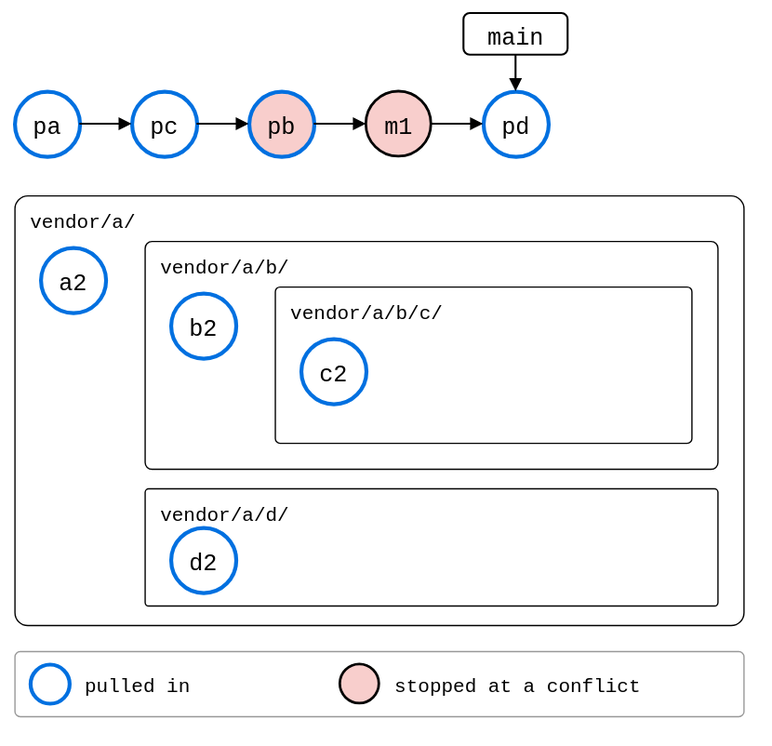
Before: docs/09-scenarios/05-nested-splices/05-recursive-pull/rebased-today.drawio.svg, a diagram exported from draw.io (roschaefer/git-splice). Source tidied: cells renumbered, new cells last; positions are measured from the earlier drawing's top-left corner, leaving out a move shared by most shapes.
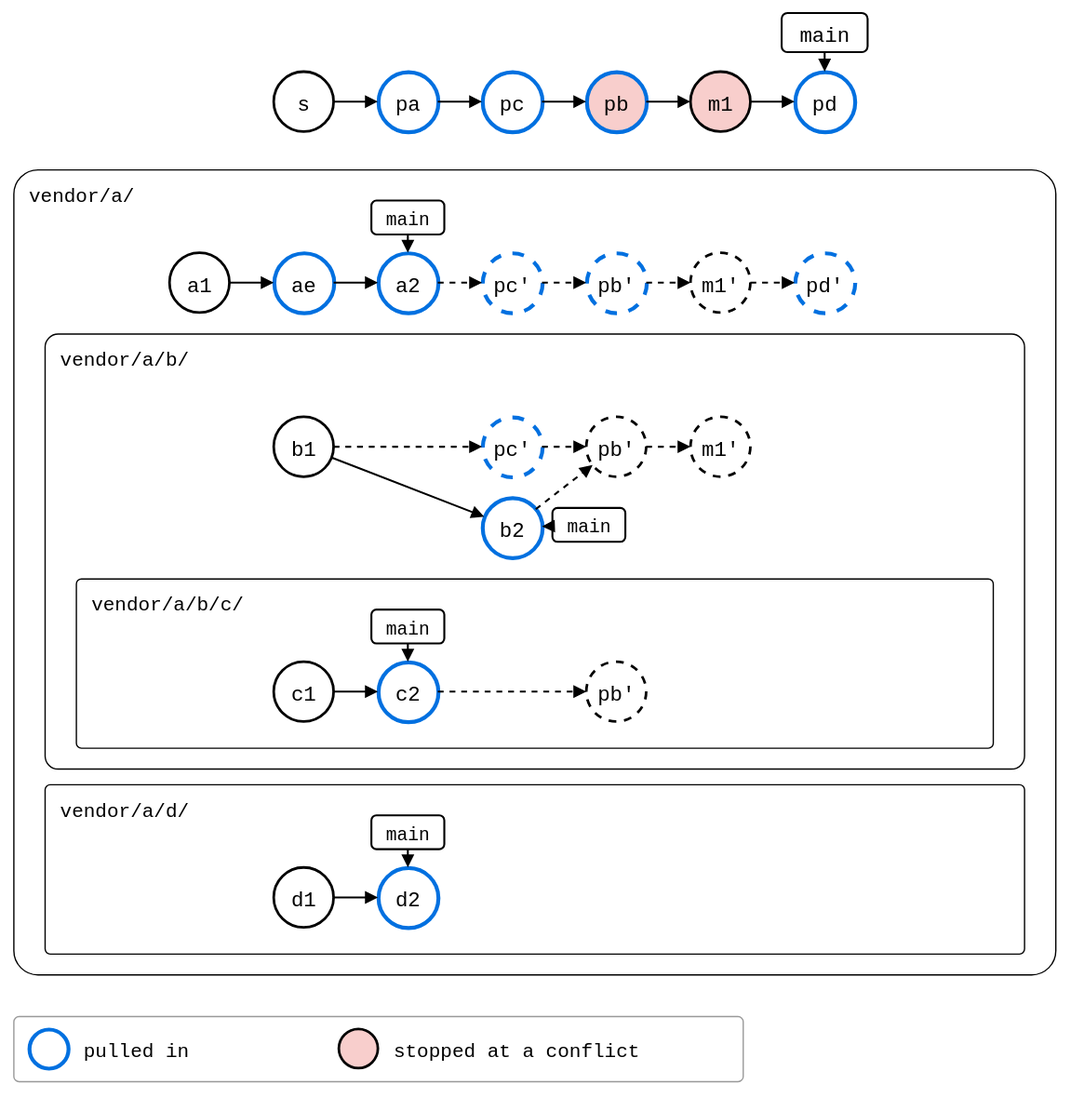
The same file after the commit.

Diff of the diagram source:
```diff
@@ -2,65 +2,176 @@
   <root>
     <mxCell id="0" />
     <mxCell id="1" parent="0" />
+    <mxCell id="13" value="vendor/a/" style="rounded=1;arcSize=3;fillColor=none;strokeWidth=1;fontSize=15;verticalAlign=top;align=left;spacingLeft=10;spacingTop=4;fontFamily=Roboto Mono,monospace;" parent="1" vertex="1">
+      <mxGeometry y="125" width="800" height="618" as="geometry" />
+    </mxCell>
+    <mxCell id="19" value="vendor/a/d/" style="rounded=1;arcSize=3;fillColor=none;strokeWidth=1;fontSize=15;verticalAlign=top;align=left;spacingLeft=10;spacingTop=4;fontFamily=Roboto Mono,monospace;" parent="1" vertex="1">
+      <mxGeometry x="24" y="597" width="752" height="130" as="geometry" />
+    </mxCell>
+    <mxCell id="15" value="vendor/a/b/" style="rounded=1;arcSize=3;fillColor=none;strokeWidth=1;fontSize=15;verticalAlign=top;align=left;spacingLeft=10;spacingTop=4;fontFamily=Roboto Mono,monospace;" parent="1" vertex="1">
+      <mxGeometry x="24" y="251" width="752" height="334" as="geometry" />
+    </mxCell>
+    <mxCell id="17" value="vendor/a/b/c/" style="rounded=1;arcSize=3;fillColor=none;strokeWidth=1;fontSize=15;verticalAlign=top;align=left;spacingLeft=10;spacingTop=4;fontFamily=Roboto Mono,monospace;" parent="1" vertex="1">
+      <mxGeometry x="48" y="439" width="704" height="130" as="geometry" />
+    </mxCell>
+    <mxCell id="26" value="s" style="ellipse;strokeWidth=2;fontSize=16;fontFamily=Roboto Mono,monospace;" parent="1" vertex="1">
+      <mxGeometry x="200" y="50" width="46" height="46" as="geometry" />
+    </mxCell>
-    <mxCell id="2" value="pa" style="ellipse;strokeWidth=2;fontSize=18;fontFamily=Roboto Mono,monospace;strokeColor=#0070E0;strokeWidth=3;" parent="1" vertex="1">
-      <mxGeometry y="60" width="50" height="50" as="geometry" />
+    <mxCell id="2" value="pa" style="ellipse;strokeWidth=2;fontSize=16;fontFamily=Roboto Mono,monospace;strokeColor=#0070E0;strokeWidth=3;" parent="1" vertex="1">
+      <mxGeometry x="280" y="50" width="46" height="46" as="geometry" />
     </mxCell>
-    <mxCell id="3" value="pc" style="ellipse;strokeWidth=2;fontSize=18;fontFamily=Roboto Mono,monospace;strokeColor=#0070E0;strokeWidth=3;" parent="1" vertex="1">
-      <mxGeometry x="90" y="60" width="50" height="50" as="geometry" />
+    <mxCell id="3" value="pc" style="ellipse;strokeWidth=2;fontSize=16;fontFamily=Roboto Mono,monospace;strokeColor=#0070E0;strokeWidth=3;" parent="1" vertex="1">
+      <mxGeometry x="360" y="50" width="46" height="46" as="geometry" />
     </mxCell>
+    <mxCell id="5" value="pb" style="ellipse;strokeWidth=2;fontSize=16;fontFamily=Roboto Mono,monospace;strokeColor=#0070E0;strokeWidth=3;fillColor=#F8CECC;" parent="1" vertex="1">
+      <mxGeometry x="440" y="50" width="46" height="46" as="geometry" />
+    </mxCell>
+    <mxCell id="7" value="m1" style="ellipse;strokeWidth=2;fontSize=16;fontFamily=Roboto Mono,monospace;fillColor=#F8CECC;" parent="1" vertex="1">
+      <mxGeometry x="520" y="50" width="46" height="46" as="geometry" />
+    </mxCell>
+    <mxCell id="9" value="pd" style="ellipse;strokeWidth=2;fontSize=16;fontFamily=Roboto Mono,monospace;strokeColor=#0070E0;strokeWidth=3;" parent="1" vertex="1">
+      <mxGeometry x="600" y="50" width="46" height="46" as="geometry" />
+    </mxCell>
+    <mxCell id="27" value="main" style="rounded=1;strokeWidth=1.5;fontSize=16;fontFamily=Roboto Mono,monospace;" parent="1" vertex="1">
+      <mxGeometry x="590" y="5" width="66" height="30" as="geometry" />
+    </mxCell>
+    <mxCell id="28" style="endArrow=block;endFill=1;html=1;strokeWidth=1.5;rounded=0;" parent="1" edge="1" source="27" target="9">
+      <mxGeometry relative="1" as="geometry" />
+    </mxCell>
+    <mxCell id="29" value="a1" style="ellipse;strokeWidth=2;fontSize=16;fontFamily=Roboto Mono,monospace;" parent="1" vertex="1">
+      <mxGeometry x="120" y="189" width="46" height="46" as="geometry" />
+    </mxCell>
+    <mxCell id="30" value="ae" style="ellipse;strokeWidth=2;fontSize=16;fontFamily=Roboto Mono,monospace;strokeColor=#0070E0;strokeWidth=3;" parent="1" vertex="1">
+      <mxGeometry x="200" y="189" width="46" height="46" as="geometry" />
+    </mxCell>
+    <mxCell id="14" value="a2" style="ellipse;strokeWidth=2;fontSize=16;fontFamily=Roboto Mono,monospace;strokeColor=#0070E0;strokeWidth=3;" parent="1" vertex="1">
+      <mxGeometry x="280" y="189" width="46" height="46" as="geometry" />
+    </mxCell>
+    <mxCell id="31" value="pc'" style="ellipse;strokeWidth=2;fontSize=16;fontFamily=Roboto Mono,monospace;strokeColor=#0070E0;strokeWidth=3;dashed=1;" parent="1" vertex="1">
+      <mxGeometry x="360" y="189" width="46" height="46" as="geometry" />
+    </mxCell>
+    <mxCell id="32" value="pb'" style="ellipse;strokeWidth=2;fontSize=16;fontFamily=Roboto Mono,monospace;strokeColor=#0070E0;strokeWidth=3;dashed=1;" parent="1" vertex="1">
+      <mxGeometry x="440" y="189" width="46" height="46" as="geometry" />
+    </mxCell>
+    <mxCell id="33" value="m1'" style="ellipse;strokeWidth=2;fontSize=16;fontFamily=Roboto Mono,monospace;dashed=1;" parent="1" vertex="1">
+      <mxGeometry x="520" y="189" width="46" height="46" as="geometry" />
+    </mxCell>
+    <mxCell id="34" value="pd'" style="ellipse;strokeWidth=2;fontSize=16;fontFamily=Roboto Mono,monospace;strokeColor=#0070E0;strokeWidth=3;dashed=1;" parent="1" vertex="1">
+      <mxGeometry x="600" y="189" width="46" height="46" as="geometry" />
+    </mxCell>
+    <mxCell id="35" value="main" style="rounded=1;strokeWidth=1.5;fontSize=16;fontFamily=Roboto Mono,monospace;fontSize=14;" parent="1" vertex="1">
+      <mxGeometry x="275" y="149" width="56" height="26" as="geometry" />
+    </mxCell>
+    <mxCell id="36" style="endArrow=block;endFill=1;html=1;strokeWidth=1.5;rounded=0;" parent="1" edge="1" source="35" target="14">
+      <mxGeometry relative="1" as="geometry" />
+    </mxCell>
+    <mxCell id="37" value="b1" style="ellipse;strokeWidth=2;fontSize=16;fontFamily=Roboto Mono,monospace;" parent="1" vertex="1">
+      <mxGeometry x="200" y="315" width="46" height="46" as="geometry" />
+    </mxCell>
+    <mxCell id="38" value="pc'" style="ellipse;strokeWidth=2;fontSize=16;fontFamily=Roboto Mono,monospace;strokeColor=#0070E0;strokeWidth=3;dashed=1;" parent="1" vertex="1">
+      <mxGeometry x="360" y="315" width="46" height="46" as="geometry" />
+    </mxCell>
+    <mxCell id="16" value="b2" style="ellipse;strokeWidth=2;fontSize=16;fontFamily=Roboto Mono,monospace;strokeColor=#0070E0;strokeWidth=3;" parent="1" vertex="1">
+      <mxGeometry x="360" y="377" width="46" height="46" as="geometry" />
+    </mxCell>
+    <mxCell id="39" value="pb'" style="ellipse;strokeWidth=2;fontSize=16;fontFamily=Roboto Mono,monospace;dashed=1;" parent="1" vertex="1">
+      <mxGeometry x="440" y="315" width="46" height="46" as="geometry" />
+    </mxCell>
+    <mxCell id="40" value="m1'" style="ellipse;strokeWidth=2;fontSize=16;fontFamily=Roboto Mono,monospace;dashed=1;" parent="1" vertex="1">
+      <mxGeometry x="520" y="315" width="46" height="46" as="geometry" />
+    </mxCell>
+    <mxCell id="41" value="main" style="rounded=1;strokeWidth=1.5;fontSize=16;fontFamily=Roboto Mono,monospace;fontSize=14;" parent="1" vertex="1">
+      <mxGeometry x="414" y="385" width="56" height="26" as="geometry" />
+    </mxCell>
+    <mxCell id="42" style="endArrow=block;endFill=1;html=1;strokeWidth=1.5;rounded=0;" parent="1" edge="1" source="41" target="16">
+      <mxGeometry relative="1" as="geometry" />
+    </mxCell>
+    <mxCell id="43" value="c1" style="ellipse;strokeWidth=2;fontSize=16;fontFamily=Roboto Mono,monospace;" parent="1" vertex="1">
+      <mxGeometry x="200" y="503" width="46" height="46" as="geometry" />
+    </mxCell>
+    <mxCell id="18" value="c2" style="ellipse;strokeWidth=2;fontSize=16;fontFamily=Roboto Mono,monospace;strokeColor=#0070E0;strokeWidth=3;" parent="1" vertex="1">
+      <mxGeometry x="280" y="503" width="46" height="46" as="geometry" />
+    </mxCell>
+    <mxCell id="44" value="pb'" style="ellipse;strokeWidth=2;fontSize=16;fontFamily=Roboto Mono,monospace;dashed=1;" parent="1" vertex="1">
+      <mxGeometry x="440" y="503" width="46" height="46" as="geometry" />
+    </mxCell>
+    <mxCell id="45" value="main" style="rounded=1;strokeWidth=1.5;fontSize=16;fontFamily=Roboto Mono,monospace;fontSize=14;" parent="1" vertex="1">
+      <mxGeometry x="275" y="463" width="56" height="26" as="geometry" />
+    </mxCell>
+    <mxCell id="46" style="endArrow=block;endFill=1;html=1;strokeWidth=1.5;rounded=0;" parent="1" edge="1" source="45" target="18">
+      <mxGeometry relative="1" as="geometry" />
+    </mxCell>
+    <mxCell id="47" value="d1" style="ellipse;strokeWidth=2;fontSize=16;fontFamily=Roboto Mono,monospace;" parent="1" vertex="1">
+      <mxGeometry x="200" y="661" width="46" height="46" as="geometry" />
+    </mxCell>
+    <mxCell id="20" value="d2" style="ellipse;strokeWidth=2;fontSize=16;fontFamily=Roboto Mono,monospace;strokeColor=#0070E0;strokeWidth=3;" parent="1" vertex="1">
+      <mxGeometry x="280" y="661" width="46" height="46" as="geometry" />
+    </mxCell>
+    <mxCell id="48" value="main" style="rounded=1;strokeWidth=1.5;fontSize=16;fontFamily=Roboto Mono,monospace;fontSize=14;" parent="1" vertex="1">
+      <mxGeometry x="275" y="621" width="56" height="26" as="geometry" />
+    </mxCell>
+    <mxCell id="49" style="endArrow=block;endFill=1;html=1;strokeWidth=1.5;rounded=0;" parent="1" edge="1" source="48" target="20">
+      <mxGeometry relative="1" as="geometry" />
+    </mxCell>
+    <mxCell id="50" style="endArrow=block;endFill=1;html=1;strokeWidth=1.5;rounded=0;" parent="1" edge="1" source="26" target="2">
+      <mxGeometry relative="1" as="geometry" />
+    </mxCell>
     <mxCell id="4" style="endArrow=block;endFill=1;html=1;strokeWidth=1.5;rounded=0;" parent="1" edge="1" source="2" target="3">
       <mxGeometry relative="1" as="geometry" />
     </mxCell>
-    <mxCell id="5" value="pb" style="ellipse;strokeWidth=2;fontSize=18;fontFamily=Roboto Mono,monospace;strokeColor=#0070E0;strokeWidth=3;fillColor=#F8CECC;" parent="1" vertex="1">
-      <mxGeometry x="180" y="60" width="50" height="50" as="geometry" />
-    </mxCell>
     <mxCell id="6" style="endArrow=block;endFill=1;html=1;strokeWidth=1.5;rounded=0;" parent="1" edge="1" source="3" target="5">
       <mxGeometry relative="1" as="geometry" />
     </mxCell>
-    <mxCell id="7" value="m1" style="ellipse;strokeWidth=2;fontSize=18;fontFamily=Roboto Mono,monospace;fillColor=#F8CECC;" parent="1" vertex="1">
-      <mxGeometry x="270" y="60" width="50" height="50" as="geometry" />
-    </mxCell>
     <mxCell id="8" style="endArrow=block;endFill=1;html=1;strokeWidth=1.5;rounded=0;" parent="1" edge="1" source="5" target="7">
       <mxGeometry relative="1" as="geometry" />
     </mxCell>
-    <mxCell id="9" value="pd" style="ellipse;strokeWidth=2;fontSize=18;fontFamily=Roboto Mono,monospace;strokeColor=#0070E0;strokeWidth=3;" parent="1" vertex="1">
-      <mxGeometry x="360" y="60" width="50" height="50" as="geometry" />
-    </mxCell>
     <mxCell id="10" style="endArrow=block;endFill=1;html=1;strokeWidth=1.5;rounded=0;" parent="1" edge="1" source="7" target="9">
       <mxGeometry relative="1" as="geometry" />
     </mxCell>
-    <mxCell id="11" value="main" style="rounded=1;strokeWidth=1.5;fontSize=18;fontFamily=Roboto Mono,monospace;" parent="1" vertex="1">
-      <mxGeometry x="345" width="80" height="32" as="geometry" />
-    </mxCell>
-    <mxCell id="12" style="endArrow=block;endFill=1;html=1;strokeWidth=1.5;rounded=0;" parent="1" edge="1" source="11" target="9">
-      <mxGeometry relative="1" as="geometry" />
-    </mxCell>
-    <mxCell id="13" value="vendor/a/" style="rounded=1;arcSize=3;fillColor=none;strokeWidth=1;fontSize=15;verticalAlign=top;align=left;spacingLeft=10;spacingTop=4;fontFamily=Roboto Mono,monospace;" parent="1" vertex="1">
-      <mxGeometry y="140" width="560" height="330" as="geometry" />
-    </mxCell>
-    <mxCell id="14" value="a2" style="ellipse;strokeWidth=2;fontSize=18;fontFamily=Roboto Mono,monospace;strokeColor=#0070E0;strokeWidth=3;" parent="1" vertex="1">
-      <mxGeometry x="20" y="180" width="50" height="50" as="geometry" />
-    </mxCell>
-    <mxCell id="15" value="vendor/a/b/" style="rounded=1;arcSize=3;fillColor=none;strokeWidth=1;fontSize=15;verticalAlign=top;align=left;spacingLeft=10;spacingTop=4;fontFamily=Roboto Mono,monospace;" parent="1" vertex="1">
-      <mxGeometry x="100" y="175" width="440" height="175" as="geometry" />
-    </mxCell>
-    <mxCell id="16" value="b2" style="ellipse;strokeWidth=2;fontSize=18;fontFamily=Roboto Mono,monospace;strokeColor=#0070E0;strokeWidth=3;" parent="1" vertex="1">
-      <mxGeometry x="120" y="215" width="50" height="50" as="geometry" />
-    </mxCell>
-    <mxCell id="17" value="vendor/a/b/c/" style="rounded=1;arcSize=3;fillColor=none;strokeWidth=1;fontSize=15;verticalAlign=top;align=left;spacingLeft=10;spacingTop=4;fontFamily=Roboto Mono,monospace;" parent="1" vertex="1">
-      <mxGeometry x="200" y="210" width="320" height="120" as="geometry" />
-    </mxCell>
-    <mxCell id="18" value="c2" style="ellipse;strokeWidth=2;fontSize=18;fontFamily=Roboto Mono,monospace;strokeColor=#0070E0;strokeWidth=3;" parent="1" vertex="1">
-      <mxGeometry x="220" y="250" width="50" height="50" as="geometry" />
-    </mxCell>
-    <mxCell id="19" value="vendor/a/d/" style="rounded=1;arcSize=3;fillColor=none;strokeWidth=1;fontSize=15;verticalAlign=top;align=left;spacingLeft=10;spacingTop=4;fontFamily=Roboto Mono,monospace;" parent="1" vertex="1">
-      <mxGeometry x="100" y="365" width="440" height="90" as="geometry" />
-    </mxCell>
-    <mxCell id="20" value="d2" style="ellipse;strokeWidth=2;fontSize=18;fontFamily=Roboto Mono,monospace;strokeColor=#0070E0;strokeWidth=3;" parent="1" vertex="1">
-      <mxGeometry x="120" y="395" width="50" height="50" as="geometry" />
-    </mxCell>
+    <mxCell id="51" style="endArrow=block;endFill=1;html=1;strokeWidth=1.5;rounded=0;" parent="1" edge="1" source="29" target="30">
+      <mxGeometry relative="1" as="geometry" />
+    </mxCell>
+    <mxCell id="52" style="endArrow=block;endFill=1;html=1;strokeWidth=1.5;rounded=0;" parent="1" edge="1" source="30" target="14">
+      <mxGeometry relative="1" as="geometry" />
+    </mxCell>
+    <mxCell id="53" style="endArrow=block;endFill=1;html=1;strokeWidth=1.5;rounded=0;dashed=1;" parent="1" edge="1" source="14" target="31">
+      <mxGeometry relative="1" as="geometry" />
+    </mxCell>
+    <mxCell id="54" style="endArrow=block;endFill=1;html=1;strokeWidth=1.5;rounded=0;dashed=1;" parent="1" edge="1" source="31" target="32">
+      <mxGeometry relative="1" as="geometry" />
+    </mxCell>
+    <mxCell id="55" style="endArrow=block;endFill=1;html=1;strokeWidth=1.5;rounded=0;dashed=1;" parent="1" edge="1" source="32" target="33">
+      <mxGeometry relative="1" as="geometry" />
+    </mxCell>
+    <mxCell id="56" style="endArrow=block;endFill=1;html=1;strokeWidth=1.5;rounded=0;dashed=1;" parent="1" edge="1" source="33" target="34">
+      <mxGeometry relative="1" as="geometry" />
+    </mxCell>
+    <mxCell id="57" style="endArrow=block;endFill=1;html=1;strokeWidth=1.5;rounded=0;dashed=1;" parent="1" edge="1" source="37" target="38">
+      <mxGeometry relative="1" as="geometry" />
+    </mxCell>
+    <mxCell id="58" style="endArrow=block;endFill=1;html=1;strokeWidth=1.5;rounded=0;" parent="1" edge="1" source="37" target="16">
+      <mxGeometry relative="1" as="geometry" />
+    </mxCell>
+    <mxCell id="59" style="endArrow=block;endFill=1;html=1;strokeWidth=1.5;rounded=0;dashed=1;" parent="1" edge="1" source="38" target="39">
+      <mxGeometry relative="1" as="geometry" />
+    </mxCell>
+    <mxCell id="60" style="endArrow=block;endFill=1;html=1;strokeWidth=1.5;rounded=0;dashed=1;" parent="1" edge="1" source="16" target="39">
+      <mxGeometry relative="1" as="geometry" />
+    </mxCell>
+    <mxCell id="61" style="endArrow=block;endFill=1;html=1;strokeWidth=1.5;rounded=0;dashed=1;" parent="1" edge="1" source="39" target="40">
+      <mxGeometry relative="1" as="geometry" />
+    </mxCell>
+    <mxCell id="62" style="endArrow=block;endFill=1;html=1;strokeWidth=1.5;rounded=0;" parent="1" edge="1" source="43" target="18">
+      <mxGeometry relative="1" as="geometry" />
+    </mxCell>
+    <mxCell id="63" style="endArrow=block;endFill=1;html=1;strokeWidth=1.5;rounded=0;dashed=1;" parent="1" edge="1" source="18" target="44">
+      <mxGeometry relative="1" as="geometry" />
+    </mxCell>
+    <mxCell id="64" style="endArrow=block;endFill=1;html=1;strokeWidth=1.5;rounded=0;" parent="1" edge="1" source="47" target="20">
+      <mxGeometry relative="1" as="geometry" />
+    </mxCell>
     <mxCell id="21" style="rounded=1;arcSize=8;fillColor=none;strokeColor=#999999;strokeWidth=1;legend=1;" parent="1" vertex="1">
-      <mxGeometry y="490" width="560" height="50" as="geometry" />
+      <mxGeometry y="775" width="560" height="50" as="geometry" />
     </mxCell>
     <mxCell id="22" style="ellipse;fontSize=13;fontFamily=Roboto Mono,monospace;strokeWidth=2;strokeColor=#0070E0;strokeWidth=3;" parent="21" vertex="1">
       <mxGeometry x="12" y="10" width="30" height="30" as="geometry" />
```
